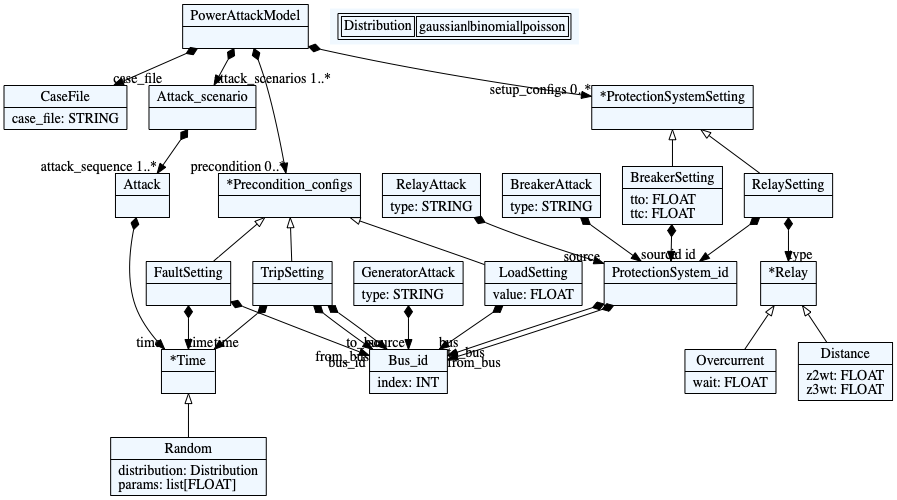
Before: dsl/attack.dot.png, a diagram exported from Graphviz (chhokrad/power-attack). Its source is kept beside it as dsl/attack.dot.
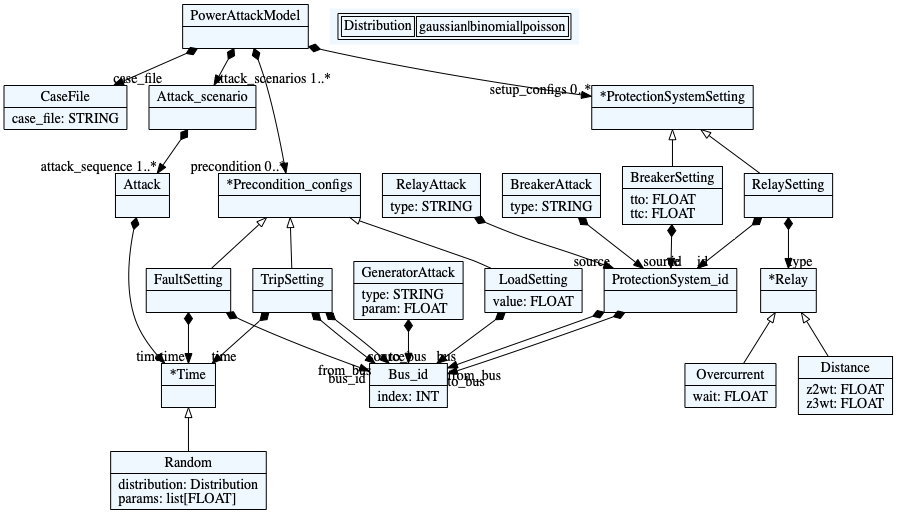
The same file after the commit.

What changed in the source:
```diff
@@ -10,78 +10,78 @@
     edge[dir=black,arrowtail=empty]
 
 
-140587700818048[ label="{PowerAttackModel|}"]
+140415758756032[ label="{PowerAttackModel|}"]
 
-140587700833136[ label="{CaseFile|case_file: STRING\l}"]
+140415758759488[ label="{CaseFile|case_file: STRING\l}"]
 
-140587700836544[ label="{Attack_scenario|}"]
+140415758762320[ label="{Attack_scenario|}"]
 
-140587700839952[ label="{Attack|}"]
+140415756399328[ label="{Attack|}"]
 
-140587700843360[ label="{GeneratorAttack|type: STRING\l}"]
+140415759303936[ label="{GeneratorAttack|type: STRING\lparam: FLOAT\l}"]
 
-140587700846768[ label="{RelayAttack|type: STRING\l}"]
+140415758767040[ label="{RelayAttack|type: STRING\l}"]
 
-140587700850176[ label="{BreakerAttack|type: STRING\l}"]
+140415756402160[ label="{BreakerAttack|type: STRING\l}"]
 
-140587700853584[ label="{*Precondition_configs|}"]
+140415756404992[ label="{*Precondition_configs|}"]
 
-140587700856992[ label="{TripSetting|}"]
+140415759306768[ label="{TripSetting|}"]
 
-140587700860400[ label="{*Time|}"]
+140415758767984[ label="{*Time|}"]
 
-140587700863808[ label="{Random|distribution: Distribution\lparams: list[FLOAT]\l}"]
+140415758768928[ label="{Random|distribution: Distribution\lparams: list[FLOAT]\l}"]
 
-140587700842416[ label="{FaultSetting|}"]
+140415757153104[ label="{FaultSetting|}"]
 
-140587700823008[ label="{LoadSetting|value: FLOAT\l}"]
+140415758761376[ label="{LoadSetting|value: FLOAT\l}"]
 
-140587700868368[ label="{Bus_id|index: INT\l}"]
+140415758769872[ label="{Bus_id|index: INT\l}"]
 
-140587700871776[ label="{*ProtectionSystemSetting|}"]
+140415756405936[ label="{*ProtectionSystemSetting|}"]
 
-140587700875184[ label="{BreakerSetting|tto: FLOAT\lttc: FLOAT\l}"]
+140415758770816[ label="{BreakerSetting|tto: FLOAT\lttc: FLOAT\l}"]
 
-140587700878592[ label="{ProtectionSystem_id|}"]
+140415756408768[ label="{ProtectionSystem_id|}"]
 
-140587700882000[ label="{RelaySetting|}"]
+140415758773648[ label="{RelaySetting|}"]
 
-140587700885408[ label="{*Relay|}"]
+140415758776480[ label="{*Relay|}"]
 
-140587700888816[ label="{Overcurrent|wait: FLOAT\l}"]
+140415758779312[ label="{Overcurrent|wait: FLOAT\l}"]
 
-140587700892224[ label="{Distance|z2wt: FLOAT\lz3wt: FLOAT\l}"]
+140415758782144[ label="{Distance|z2wt: FLOAT\lz3wt: FLOAT\l}"]
 
 
 
-140587700818048 -> 140587700833136[arrowtail=diamond, dir=both, headlabel="case_file "]
-140587700818048 -> 140587700871776[arrowtail=diamond, dir=both, headlabel="setup_configs 0..*"]
-140587700818048 -> 140587700853584[arrowtail=diamond, dir=both, headlabel="precondition 0..*"]
-140587700818048 -> 140587700836544[arrowtail=diamond, dir=both, headlabel="attack_scenarios 1..*"]
-140587700836544 -> 140587700839952[arrowtail=diamond, dir=both, headlabel="attack_sequence 1..*"]
-140587700839952 -> 140587700860400[arrowtail=diamond, dir=both, headlabel="time "]
-140587700843360 -> 140587700868368[arrowtail=diamond, dir=both, headlabel="source "]
-140587700846768 -> 140587700878592[arrowtail=diamond, dir=both, headlabel="source "]
-140587700850176 -> 140587700878592[arrowtail=diamond, dir=both, headlabel="source "]
-140587700853584 -> 140587700823008 [dir=back]
-140587700853584 -> 140587700856992 [dir=back]
-140587700853584 -> 140587700842416 [dir=back]
-140587700856992 -> 140587700868368[arrowtail=diamond, dir=both, headlabel="from_bus "]
-140587700856992 -> 140587700868368[arrowtail=diamond, dir=both, headlabel="to_bus "]
-140587700856992 -> 140587700860400[arrowtail=diamond, dir=both, headlabel="time "]
-140587700860400 -> 140587700863808 [dir=back]
-140587700842416 -> 140587700868368[arrowtail=diamond, dir=both, headlabel="bus_id "]
-140587700842416 -> 140587700860400[arrowtail=diamond, dir=both, headlabel="time "]
-140587700823008 -> 140587700868368[arrowtail=diamond, dir=both, headlabel="bus "]
-140587700871776 -> 140587700875184 [dir=back]
-140587700871776 -> 140587700882000 [dir=back]
-140587700875184 -> 140587700878592[arrowtail=diamond, dir=both, headlabel="id "]
-140587700878592 -> 140587700868368[arrowtail=diamond, dir=both, headlabel="from_bus "]
-140587700878592 -> 140587700868368[arrowtail=diamond, dir=both, headlabel="to_bus "]
-140587700882000 -> 140587700878592[arrowtail=diamond, dir=both, headlabel="id "]
-140587700882000 -> 140587700885408[arrowtail=diamond, dir=both, headlabel="type "]
-140587700885408 -> 140587700888816 [dir=back]
-140587700885408 -> 140587700892224 [dir=back]
+140415758756032 -> 140415758759488[arrowtail=diamond, dir=both, headlabel="case_file "]
+140415758756032 -> 140415756405936[arrowtail=diamond, dir=both, headlabel="setup_configs 0..*"]
+140415758756032 -> 140415756404992[arrowtail=diamond, dir=both, headlabel="precondition 0..*"]
+140415758756032 -> 140415758762320[arrowtail=diamond, dir=both, headlabel="attack_scenarios 1..*"]
+140415758762320 -> 140415756399328[arrowtail=diamond, dir=both, headlabel="attack_sequence 1..*"]
+140415756399328 -> 140415758767984[arrowtail=diamond, dir=both, headlabel="time "]
+140415759303936 -> 140415758769872[arrowtail=diamond, dir=both, headlabel="source "]
+140415758767040 -> 140415756408768[arrowtail=diamond, dir=both, headlabel="source "]
+140415756402160 -> 140415756408768[arrowtail=diamond, dir=both, headlabel="source "]
+140415756404992 -> 140415758761376 [dir=back]
+140415756404992 -> 140415759306768 [dir=back]
+140415756404992 -> 140415757153104 [dir=back]
+140415759306768 -> 140415758769872[arrowtail=diamond, dir=both, headlabel="from_bus "]
+140415759306768 -> 140415758769872[arrowtail=diamond, dir=both, headlabel="to_bus "]
+140415759306768 -> 140415758767984[arrowtail=diamond, dir=both, headlabel="time "]
+140415758767984 -> 140415758768928 [dir=back]
+140415757153104 -> 140415758769872[arrowtail=diamond, dir=both, headlabel="bus_id "]
+140415757153104 -> 140415758767984[arrowtail=diamond, dir=both, headlabel="time "]
+140415758761376 -> 140415758769872[arrowtail=diamond, dir=both, headlabel="bus "]
+140415756405936 -> 140415758770816 [dir=back]
+140415756405936 -> 140415758773648 [dir=back]
+140415758770816 -> 140415756408768[arrowtail=diamond, dir=both, headlabel="id "]
+140415756408768 -> 140415758769872[arrowtail=diamond, dir=both, headlabel="from_bus "]
+140415756408768 -> 140415758769872[arrowtail=diamond, dir=both, headlabel="to_bus "]
+140415758773648 -> 140415756408768[arrowtail=diamond, dir=both, headlabel="id "]
+140415758773648 -> 140415758776480[arrowtail=diamond, dir=both, headlabel="type "]
+140415758776480 -> 140415758779312 [dir=back]
+140415758776480 -> 140415758782144 [dir=back]
 match_rules [ shape=plaintext, label=< <table>
 	<tr>
 		<td><b>Distribution</b></td><td>gaussian|binomial|poisson</td>
```
